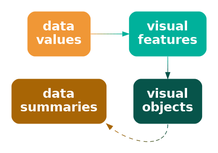
This is Diagrams/data-vis-obj.png from pmur002/hdvw, a Graphviz export, as it was before one commit. Its source is kept beside it as Diagrams/data-vis-obj.dot.
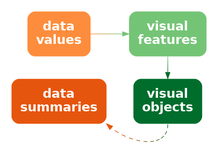
The same diagram one commit later.

Diff of the diagram source:
```diff
@@ -1,15 +1,15 @@
 digraph {
   graph [ rankdir=LR; margin=.2; nodesep=.5 ];
   node [ fontsize=20; fontname="sans bold"; margin=.2 ];
-  data [ label="data\nvalues"; shape=box; style="filled, rounded"; penwidth=0; fontcolor=white; fillcolor="#F09736" ]
-  stat [ label="data\nsummaries"; shape=box; style="filled, rounded"; penwidth=0; fontcolor=white; fillcolor="#A86505" ]
+  data [ label="data\nvalues"; shape=box; style="filled, rounded"; penwidth=0; fontcolor=white; fillcolor="#FD8D3C" ]
+  stat [ label="data\nsummaries"; shape=box; style="filled, rounded"; penwidth=0; fontcolor=white; fillcolor="#E6550D" ]
   vis [ label="visual\nfeatures"; shape=box;
-     style="filled, rounded"; penwidth=0; fontcolor=white; fillcolor="#00B19B" ]
+     style="filled, rounded"; penwidth=0; fontcolor=white; fillcolor="#74C476" ]
   obj [ label="visual\nobjects"; shape=box;
-     style="filled, rounded"; penwidth=0; fontcolor=white; fillcolor="#07544A" ]
-  data -> vis [ color="#F09736;0.1:#D59A41;0.1:#BB9D4C;0.1:#A0A058;0.1:#85A363;0.1:#6BA56E;0.1:#50A879;0.1:#35AB85;0.1:#1BAE90;0.1:#00B19B;0.1" ]
-  vis -> obj [ color="#00B19B;0.1:#01A792;0.1:#029C89;0.1:#029280;0.1:#038877;0.1:#047D6E;0.1:#057365;0.1:#05695C;0.1:#065E53;0.1:#07544A;0.1" ]
-  obj:s -> stat:se [ style="dashed", color="#07544A;0.1:#195642;0.1:#2B583B;0.1:#3D5A33;0.1:#4F5C2B;0.1:#605D24;0.1:#725F1C;0.1:#846114;0.1:#96630D;0.1:#A86505;0.1" ]
+     style="filled, rounded"; penwidth=0; fontcolor=white; fillcolor="#006D2C" ]
+  data -> vis [ color="#FD8D3C;0.1:#EE9342;0.1:#DF9949;0.1:#CF9F4F;0.1:#C0A556;0.1:#B1AC5C;0.1:#A2B263;0.1:#92B869;0.1:#83BE70;0.1:#74C476;0.1" ]
+  vis -> obj [ color="#74C476;0.1:#67BA6E;0.1:#5AB166;0.1:#4DA75D;0.1:#409D55;0.1:#34944D;0.1:#278A45;0.1:#1A803C;0.1:#0D7734;0.1:#006D2C;0.1" ]
+  obj:s -> stat:se [ style="dashed", color="#006D2C;0.1:#1A6A29;0.1:#336825;0.1:#4D6522;0.1:#66621E;0.1:#80601B;0.1:#995D17;0.1:#B35A14;0.1:#CC5810;0.1:#E6550D;0.1" ]
 { rank=same; data, stat }
 { rank=same; vis, obj }
 }
```
